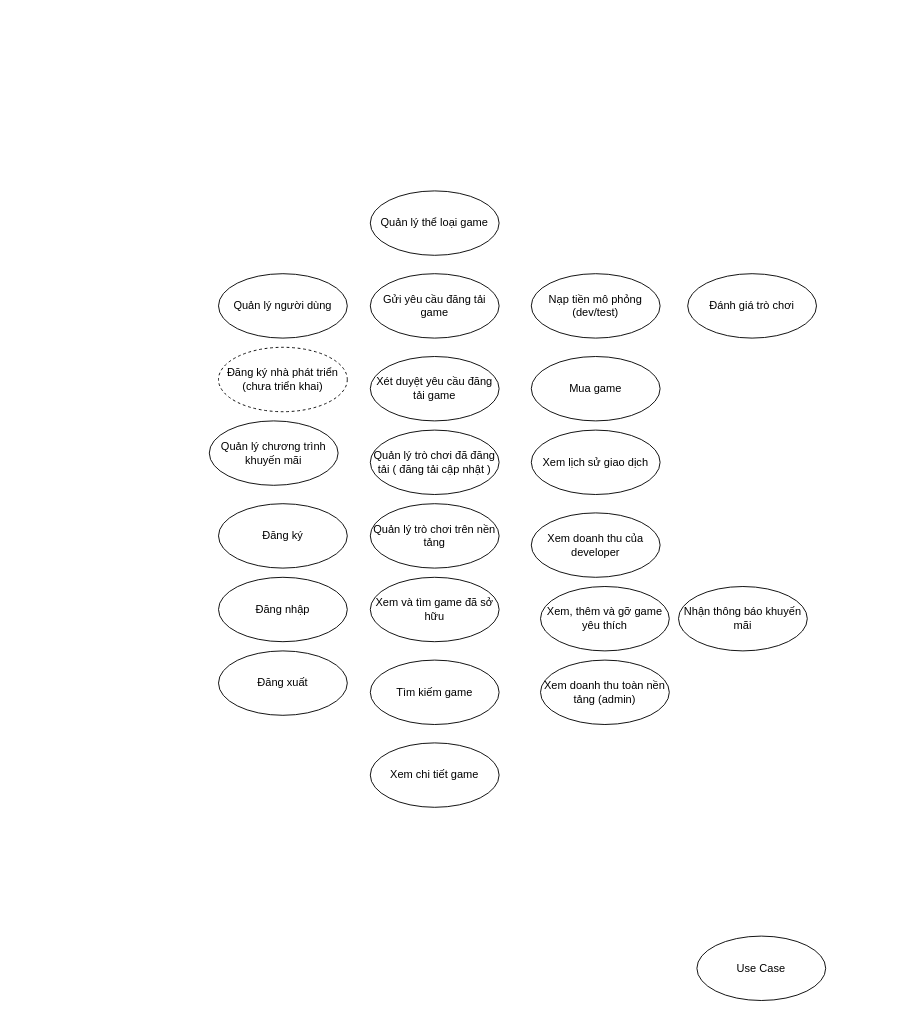
Before: page "UCD" (1 of 2) of docs/diagrams/Diagrams.drawio in nhhun2005/gamestore, a draw.io diagram. Source tidied: cells renumbered, new cells numbered last; positions are measured from the earlier drawing's top-left corner, leaving out a move shared by most shapes. Both pictures are drawn from the tidied source at 92%, with x=0, y=0 at pixel (209, 190).
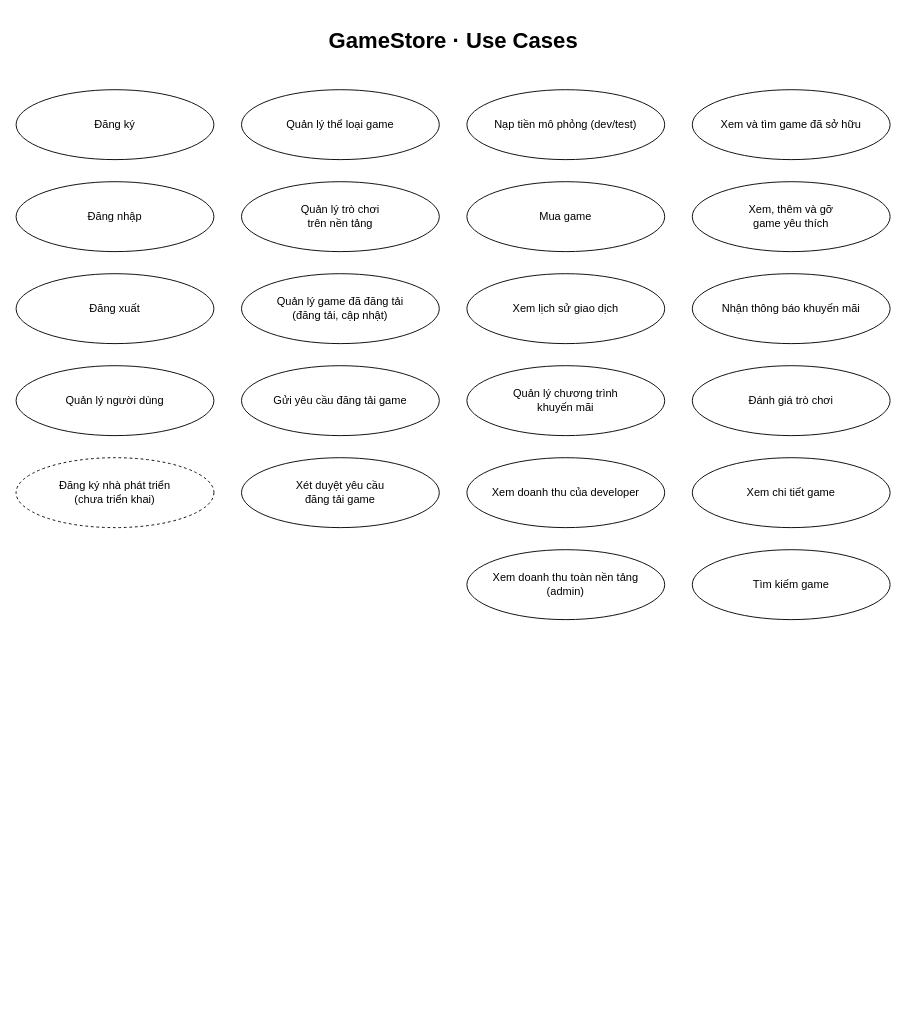
Above is the later version.

Diff of the diagram source:
```diff
@@
     <mxCell id="2" value="Xem lịch sử giao dịch" style="ellipse;whiteSpace=wrap;html=1;" parent="1" vertex="1">
-      <mxGeometry x="350" y="260" width="140" height="70" as="geometry" />
+      <mxGeometry x="280" y="90" width="215" height="76" as="geometry" />
     </mxCell>
     <mxCell id="3" value="Đăng nhập" style="ellipse;whiteSpace=wrap;html=1;" parent="1" vertex="1">
-      <mxGeometry x="10" y="420" width="140" height="70" as="geometry" />
+      <mxGeometry x="-210" y="-10" width="215" height="76" as="geometry" />
     </mxCell>
     <mxCell id="4" value="Nạp tiền mô phỏng (dev/test)" style="ellipse;whiteSpace=wrap;html=1;" parent="1" vertex="1">
-      <mxGeometry x="350" y="90" width="140" height="70" as="geometry" />
+      <mxGeometry x="280" y="-110" width="215" height="76" as="geometry" />
     </mxCell>
-    <mxCell id="5" value="Quản lý chương trình khuyến mãi" style="ellipse;whiteSpace=wrap;html=1;" parent="1" vertex="1">
-      <mxGeometry y="250" width="140" height="70" as="geometry" />
+    <mxCell id="5" value="Quản lý chương trình&lt;br&gt;khuyến mãi" style="ellipse;whiteSpace=wrap;html=1;" parent="1" vertex="1">
+      <mxGeometry x="280" y="190" width="215" height="76" as="geometry" />
     </mxCell>
     <mxCell id="6" value="Gửi yêu cầu đăng tải game" style="ellipse;whiteSpace=wrap;html=1;" parent="1" vertex="1">
-      <mxGeometry x="175" y="90" width="140" height="70" as="geometry" />
+      <mxGeometry x="35" y="190" width="215" height="76" as="geometry" />
     </mxCell>
     <mxCell id="7" value="Đăng ký" style="ellipse;whiteSpace=wrap;html=1;" parent="1" vertex="1">
-      <mxGeometry x="10" y="340" width="140" height="70" as="geometry" />
+      <mxGeometry x="-210" y="-110" width="215" height="76" as="geometry" />
     </mxCell>
     <mxCell id="8" value="Đăng xuất" style="ellipse;whiteSpace=wrap;html=1;" parent="1" vertex="1">
-      <mxGeometry x="10" y="500" width="140" height="70" as="geometry" />
+      <mxGeometry x="-210" y="90" width="215" height="76" as="geometry" />
     </mxCell>
-    <mxCell id="9" value="Xét duyệt yêu cầu đăng tải game" style="ellipse;whiteSpace=wrap;html=1;" parent="1" vertex="1">
-      <mxGeometry x="175" y="180" width="140" height="70" as="geometry" />
+    <mxCell id="9" value="Xét duyệt yêu cầu&lt;br&gt;đăng tải game" style="ellipse;whiteSpace=wrap;html=1;" parent="1" vertex="1">
+      <mxGeometry x="35" y="290" width="215" height="76" as="geometry" />
     </mxCell>
     <mxCell id="10" value="Xem và tìm game đã sở hữu" style="ellipse;whiteSpace=wrap;html=1;" parent="1" vertex="1">
-      <mxGeometry x="175" y="420" width="140" height="70" as="geometry" />
+      <mxGeometry x="525" y="-110" width="215" height="76" as="geometry" />
     </mxCell>
     <mxCell id="11" value="Mua game" style="ellipse;whiteSpace=wrap;html=1;" parent="1" vertex="1">
-      <mxGeometry x="350" y="180" width="140" height="70" as="geometry" />
+      <mxGeometry x="280" y="-10" width="215" height="76" as="geometry" />
     </mxCell>
     <mxCell id="12" value="Tìm kiếm game" style="ellipse;whiteSpace=wrap;html=1;" parent="1" vertex="1">
-      <mxGeometry x="175" y="510" width="140" height="70" as="geometry" />
+      <mxGeometry x="525" y="390" width="215" height="76" as="geometry" />
     </mxCell>
-    <mxCell id="13" value="Use Case" style="ellipse;whiteSpace=wrap;html=1;" parent="1" vertex="1">
-      <mxGeometry x="530" y="810" width="140" height="70" as="geometry" />
+    <mxCell id="13" value="GameStore · Use Cases" style="text;html=1;align=center;verticalAlign=middle;fontSize=24;fontStyle=1;" parent="1" vertex="1">
+      <mxGeometry x="-210" y="-190" width="950" height="54" as="geometry" />
     </mxCell>
-    <mxCell id="14" value="Xem, thêm và gỡ game yêu thích" style="ellipse;whiteSpace=wrap;html=1;" parent="1" vertex="1">
-      <mxGeometry x="360" y="430" width="140" height="70" as="geometry" />
+    <mxCell id="14" value="Xem, thêm và gỡ&lt;br&gt;game yêu thích" style="ellipse;whiteSpace=wrap;html=1;" parent="1" vertex="1">
+      <mxGeometry x="525" y="-10" width="215" height="76" as="geometry" />
     </mxCell>
     <mxCell id="15" value="Quản lý thể loại game" style="ellipse;whiteSpace=wrap;html=1;" parent="1" vertex="1">
-      <mxGeometry x="175" width="140" height="70" as="geometry" />
+      <mxGeometry x="35" y="-110" width="215" height="76" as="geometry" />
     </mxCell>
-    <mxCell id="16" value="Quản lý trò chơi đã đăng tải ( đăng tải cập nhật )" style="ellipse;whiteSpace=wrap;html=1;" parent="1" vertex="1">
-      <mxGeometry x="175" y="260" width="140" height="70" as="geometry" />
+    <mxCell id="16" value="Quản lý game đã đăng tải&lt;br&gt;(đăng tải, cập nhật)" style="ellipse;whiteSpace=wrap;html=1;" parent="1" vertex="1">
+      <mxGeometry x="35" y="90" width="215" height="76" as="geometry" />
     </mxCell>
     <mxCell id="17" value="Xem chi tiết game" style="ellipse;whiteSpace=wrap;html=1;" parent="1" vertex="1">
-      <mxGeometry x="175" y="600" width="140" height="70" as="geometry" />
+      <mxGeometry x="525" y="290" width="215" height="76" as="geometry" />
     </mxCell>
-    <mxCell id="18" value="Quản lý trò chơi trên nền tảng" style="ellipse;whiteSpace=wrap;html=1;" parent="1" vertex="1">
-      <mxGeometry x="175" y="340" width="140" height="70" as="geometry" />
+    <mxCell id="18" value="Quản lý trò chơi&lt;br&gt;trên nền tảng" style="ellipse;whiteSpace=wrap;html=1;" parent="1" vertex="1">
+      <mxGeometry x="35" y="-10" width="215" height="76" as="geometry" />
     </mxCell>
     <mxCell id="19" value="Quản lý người dùng" style="ellipse;whiteSpace=wrap;html=1;" parent="1" vertex="1">
-      <mxGeometry x="10" y="90" width="140" height="70" as="geometry" />
+      <mxGeometry x="-210" y="190" width="215" height="76" as="geometry" />
     </mxCell>
-    <mxCell id="20" value="Đăng ký nhà phát triển (chưa triển khai)" style="ellipse;whiteSpace=wrap;html=1;dashed=1;" parent="1" vertex="1">
-      <mxGeometry x="10" y="170" width="140" height="70" as="geometry" />
+    <mxCell id="20" value="Đăng ký nhà phát triển&lt;br&gt;(chưa triển khai)" style="ellipse;whiteSpace=wrap;html=1;dashed=1;" parent="1" vertex="1">
+      <mxGeometry x="-210" y="290" width="215" height="76" as="geometry" />
     </mxCell>
     <mxCell id="21" value="Xem doanh thu của developer" style="ellipse;whiteSpace=wrap;html=1;" parent="1" vertex="1">
-      <mxGeometry x="350" y="350" width="140" height="70" as="geometry" />
+      <mxGeometry x="280" y="290" width="215" height="76" as="geometry" />
     </mxCell>
-    <mxCell id="22" value="Xem doanh thu toàn nền tảng (admin)" style="ellipse;whiteSpace=wrap;html=1;" parent="1" vertex="1">
-      <mxGeometry x="360" y="510" width="140" height="70" as="geometry" />
+    <mxCell id="22" value="Xem doanh thu toàn nền tảng&lt;br&gt;(admin)" style="ellipse;whiteSpace=wrap;html=1;" parent="1" vertex="1">
+      <mxGeometry x="280" y="390" width="215" height="76" as="geometry" />
     </mxCell>
     <mxCell id="23" value="Nhận thông báo khuyến mãi" style="ellipse;whiteSpace=wrap;html=1;" parent="1" vertex="1">
-      <mxGeometry x="510" y="430" width="140" height="70" as="geometry" />
+      <mxGeometry x="525" y="90" width="215" height="76" as="geometry" />
     </mxCell>
     <mxCell id="24" value="Đánh giá trò chơi" style="ellipse;whiteSpace=wrap;html=1;" parent="1" vertex="1">
-      <mxGeometry x="520" y="90" width="140" height="70" as="geometry" />
+      <mxGeometry x="525" y="190" width="215" height="76" as="geometry" />
     </mxCell>
```
